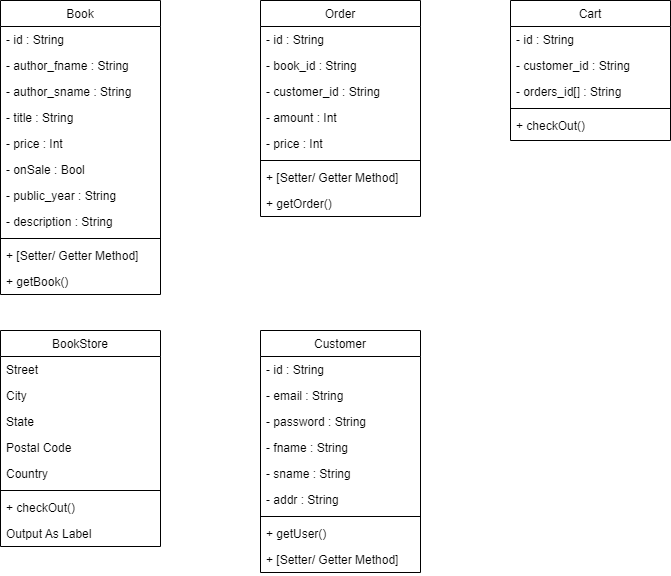
This is assignment-01/duke-bookstore-SAD.drawio.png from nnininnine/SAD-assignments, a draw.io export, as it was before one commit. Source tidied: cells renumbered, new cells last; positions are measured from the earlier drawing's top-left corner, leaving out a move shared by most shapes. The source it was exported from:
```xml
<mxGraphModel background="#ffffff">
  <root>
    <mxCell id="0" />
    <mxCell id="1" parent="0" />
    <mxCell id="2" value="Book" style="swimlane;fontStyle=0;align=center;verticalAlign=top;horizontal=1;startSize=26;rounded=0;shadow=0;strokeWidth=1;" parent="1" vertex="1">
      <mxGeometry width="160" height="294" as="geometry" />
    </mxCell>
    <mxCell id="3" value="- id : String" style="text;align=left;verticalAlign=top;spacingLeft=4;spacingRight=4;overflow=hidden;" parent="2" vertex="1">
      <mxGeometry y="26" width="160" height="26" as="geometry" />
    </mxCell>
    <mxCell id="4" value="- author_fname : String" style="text;align=left;verticalAlign=top;spacingLeft=4;spacingRight=4;overflow=hidden;rounded=0;shadow=0;html=0;" parent="2" vertex="1">
      <mxGeometry y="52" width="160" height="26" as="geometry" />
    </mxCell>
    <mxCell id="5" value="- author_sname : String" style="text;align=left;verticalAlign=top;spacingLeft=4;spacingRight=4;overflow=hidden;rounded=0;shadow=0;html=0;" parent="2" vertex="1">
      <mxGeometry y="78" width="160" height="26" as="geometry" />
    </mxCell>
    <mxCell id="6" value="- title : String" style="text;align=left;verticalAlign=top;spacingLeft=4;spacingRight=4;overflow=hidden;rounded=0;shadow=0;html=0;" parent="2" vertex="1">
      <mxGeometry y="104" width="160" height="26" as="geometry" />
    </mxCell>
    <mxCell id="7" value="- price : Int" style="text;align=left;verticalAlign=top;spacingLeft=4;spacingRight=4;overflow=hidden;rounded=0;shadow=0;html=0;" parent="2" vertex="1">
      <mxGeometry y="130" width="160" height="26" as="geometry" />
    </mxCell>
    <mxCell id="8" value="- onSale : Bool" style="text;align=left;verticalAlign=top;spacingLeft=4;spacingRight=4;overflow=hidden;rounded=0;shadow=0;html=0;" parent="2" vertex="1">
      <mxGeometry y="156" width="160" height="26" as="geometry" />
    </mxCell>
    <mxCell id="9" value="- public_year : String" style="text;align=left;verticalAlign=top;spacingLeft=4;spacingRight=4;overflow=hidden;rounded=0;shadow=0;html=0;" parent="2" vertex="1">
      <mxGeometry y="182" width="160" height="26" as="geometry" />
    </mxCell>
    <mxCell id="10" value="- description : String" style="text;align=left;verticalAlign=top;spacingLeft=4;spacingRight=4;overflow=hidden;rounded=0;shadow=0;html=0;" parent="2" vertex="1">
      <mxGeometry y="208" width="160" height="26" as="geometry" />
    </mxCell>
    <mxCell id="11" style="line;html=1;strokeWidth=1;align=left;verticalAlign=middle;spacingTop=-1;spacingLeft=3;spacingRight=3;labelPosition=right;" parent="2" vertex="1">
      <mxGeometry y="234" width="160" height="8" as="geometry" />
    </mxCell>
    <mxCell id="12" value="+ [Setter/ Getter Method]" style="text;align=left;verticalAlign=top;spacingLeft=4;spacingRight=4;overflow=hidden;" parent="2" vertex="1">
      <mxGeometry y="242" width="160" height="26" as="geometry" />
    </mxCell>
    <mxCell id="13" value="+ getBook()" style="text;align=left;verticalAlign=top;spacingLeft=4;spacingRight=4;overflow=hidden;" parent="2" vertex="1">
      <mxGeometry y="268" width="160" height="26" as="geometry" />
    </mxCell>
    <mxCell id="14" value="Cart" style="swimlane;fontStyle=0;align=center;verticalAlign=top;horizontal=1;startSize=26;rounded=0;shadow=0;strokeWidth=1;" parent="1" vertex="1">
      <mxGeometry x="510" width="160" height="140" as="geometry" />
    </mxCell>
    <mxCell id="15" value="- id : String" style="text;align=left;verticalAlign=top;spacingLeft=4;spacingRight=4;overflow=hidden;" parent="14" vertex="1">
      <mxGeometry y="26" width="160" height="26" as="geometry" />
    </mxCell>
    <mxCell id="16" value="- customer_id : String" style="text;align=left;verticalAlign=top;spacingLeft=4;spacingRight=4;overflow=hidden;rounded=0;shadow=0;html=0;" parent="14" vertex="1">
      <mxGeometry y="52" width="160" height="26" as="geometry" />
    </mxCell>
    <mxCell id="17" value="- orders_id[] : String" style="text;align=left;verticalAlign=top;spacingLeft=4;spacingRight=4;overflow=hidden;rounded=0;shadow=0;html=0;" parent="14" vertex="1">
      <mxGeometry y="78" width="160" height="26" as="geometry" />
    </mxCell>
    <mxCell id="18" style="line;html=1;strokeWidth=1;align=left;verticalAlign=middle;spacingTop=-1;spacingLeft=3;spacingRight=3;labelPosition=right;" parent="14" vertex="1">
      <mxGeometry y="104" width="160" height="8" as="geometry" />
    </mxCell>
    <mxCell id="19" value="+ checkOut()" style="text;align=left;verticalAlign=top;spacingLeft=4;spacingRight=4;overflow=hidden;" parent="14" vertex="1">
      <mxGeometry y="112" width="160" height="28" as="geometry" />
    </mxCell>
    <mxCell id="20" value="Order" style="swimlane;fontStyle=0;align=center;verticalAlign=top;horizontal=1;startSize=26;rounded=0;shadow=0;strokeWidth=1;" parent="1" vertex="1">
      <mxGeometry x="260" width="160" height="216" as="geometry" />
    </mxCell>
    <mxCell id="21" value="- id : String" style="text;align=left;verticalAlign=top;spacingLeft=4;spacingRight=4;overflow=hidden;" parent="20" vertex="1">
      <mxGeometry y="26" width="160" height="26" as="geometry" />
    </mxCell>
    <mxCell id="22" value="- book_id : String" style="text;align=left;verticalAlign=top;spacingLeft=4;spacingRight=4;overflow=hidden;rounded=0;shadow=0;html=0;" parent="20" vertex="1">
      <mxGeometry y="52" width="160" height="26" as="geometry" />
    </mxCell>
    <mxCell id="23" value="- customer_id : String" style="text;align=left;verticalAlign=top;spacingLeft=4;spacingRight=4;overflow=hidden;rounded=0;shadow=0;html=0;" parent="20" vertex="1">
      <mxGeometry y="78" width="160" height="26" as="geometry" />
    </mxCell>
    <mxCell id="24" value="- amount : Int" style="text;align=left;verticalAlign=top;spacingLeft=4;spacingRight=4;overflow=hidden;rounded=0;shadow=0;html=0;" parent="20" vertex="1">
      <mxGeometry y="104" width="160" height="26" as="geometry" />
    </mxCell>
    <mxCell id="25" value="- price : Int" style="text;align=left;verticalAlign=top;spacingLeft=4;spacingRight=4;overflow=hidden;rounded=0;shadow=0;html=0;" parent="20" vertex="1">
      <mxGeometry y="130" width="160" height="26" as="geometry" />
    </mxCell>
    <mxCell id="26" style="line;html=1;strokeWidth=1;align=left;verticalAlign=middle;spacingTop=-1;spacingLeft=3;spacingRight=3;labelPosition=right;" parent="20" vertex="1">
      <mxGeometry y="156" width="160" height="8" as="geometry" />
    </mxCell>
    <mxCell id="27" value="+ [Setter/ Getter Method]" style="text;align=left;verticalAlign=top;spacingLeft=4;spacingRight=4;overflow=hidden;rounded=0;shadow=0;html=0;" parent="20" vertex="1">
      <mxGeometry y="164" width="160" height="26" as="geometry" />
    </mxCell>
    <mxCell id="28" value="+ getOrder()" style="text;align=left;verticalAlign=top;spacingLeft=4;spacingRight=4;overflow=hidden;rounded=0;shadow=0;html=0;" parent="20" vertex="1">
      <mxGeometry y="190" width="160" height="26" as="geometry" />
    </mxCell>
    <mxCell id="29" value="BookStore" style="swimlane;fontStyle=0;align=center;verticalAlign=top;horizontal=1;startSize=26;rounded=0;shadow=0;strokeWidth=1;" parent="1" vertex="1">
      <mxGeometry y="330" width="160" height="216" as="geometry" />
    </mxCell>
    <mxCell id="30" value="Street" style="text;align=left;verticalAlign=top;spacingLeft=4;spacingRight=4;overflow=hidden;" parent="29" vertex="1">
      <mxGeometry y="26" width="160" height="26" as="geometry" />
    </mxCell>
    <mxCell id="31" value="City" style="text;align=left;verticalAlign=top;spacingLeft=4;spacingRight=4;overflow=hidden;rounded=0;shadow=0;html=0;" parent="29" vertex="1">
      <mxGeometry y="52" width="160" height="26" as="geometry" />
    </mxCell>
    <mxCell id="32" value="State" style="text;align=left;verticalAlign=top;spacingLeft=4;spacingRight=4;overflow=hidden;rounded=0;shadow=0;html=0;" parent="29" vertex="1">
      <mxGeometry y="78" width="160" height="26" as="geometry" />
    </mxCell>
    <mxCell id="33" value="Postal Code" style="text;align=left;verticalAlign=top;spacingLeft=4;spacingRight=4;overflow=hidden;rounded=0;shadow=0;html=0;" parent="29" vertex="1">
      <mxGeometry y="104" width="160" height="26" as="geometry" />
    </mxCell>
    <mxCell id="34" value="Country" style="text;align=left;verticalAlign=top;spacingLeft=4;spacingRight=4;overflow=hidden;rounded=0;shadow=0;html=0;" parent="29" vertex="1">
      <mxGeometry y="130" width="160" height="26" as="geometry" />
    </mxCell>
    <mxCell id="35" style="line;html=1;strokeWidth=1;align=left;verticalAlign=middle;spacingTop=-1;spacingLeft=3;spacingRight=3;labelPosition=right;" parent="29" vertex="1">
      <mxGeometry y="156" width="160" height="8" as="geometry" />
    </mxCell>
    <mxCell id="36" value="+ checkOut()" style="text;align=left;verticalAlign=top;spacingLeft=4;spacingRight=4;overflow=hidden;" parent="29" vertex="1">
      <mxGeometry y="164" width="160" height="26" as="geometry" />
    </mxCell>
    <mxCell id="37" value="Output As Label" style="text;align=left;verticalAlign=top;spacingLeft=4;spacingRight=4;overflow=hidden;" parent="29" vertex="1">
      <mxGeometry y="190" width="160" height="26" as="geometry" />
    </mxCell>
    <mxCell id="38" value="Customer" style="swimlane;fontStyle=0;align=center;verticalAlign=top;horizontal=1;startSize=26;rounded=0;shadow=0;strokeWidth=1;" parent="1" vertex="1">
      <mxGeometry x="260" y="330" width="160" height="242" as="geometry" />
    </mxCell>
    <mxCell id="39" value="- id : String" style="text;align=left;verticalAlign=top;spacingLeft=4;spacingRight=4;overflow=hidden;" parent="38" vertex="1">
      <mxGeometry y="26" width="160" height="26" as="geometry" />
    </mxCell>
    <mxCell id="40" value="- email : String" style="text;align=left;verticalAlign=top;spacingLeft=4;spacingRight=4;overflow=hidden;rounded=0;shadow=0;html=0;" parent="38" vertex="1">
      <mxGeometry y="52" width="160" height="26" as="geometry" />
    </mxCell>
    <mxCell id="41" value="- password : String" style="text;align=left;verticalAlign=top;spacingLeft=4;spacingRight=4;overflow=hidden;rounded=0;shadow=0;html=0;" parent="38" vertex="1">
      <mxGeometry y="78" width="160" height="26" as="geometry" />
    </mxCell>
    <mxCell id="42" value="- fname : String" style="text;align=left;verticalAlign=top;spacingLeft=4;spacingRight=4;overflow=hidden;rounded=0;shadow=0;html=0;" parent="38" vertex="1">
      <mxGeometry y="104" width="160" height="26" as="geometry" />
    </mxCell>
    <mxCell id="43" value="- sname : String" style="text;align=left;verticalAlign=top;spacingLeft=4;spacingRight=4;overflow=hidden;rounded=0;shadow=0;html=0;" parent="38" vertex="1">
      <mxGeometry y="130" width="160" height="26" as="geometry" />
    </mxCell>
    <mxCell id="44" value="- addr : String" style="text;align=left;verticalAlign=top;spacingLeft=4;spacingRight=4;overflow=hidden;rounded=0;shadow=0;html=0;" parent="38" vertex="1">
      <mxGeometry y="156" width="160" height="26" as="geometry" />
    </mxCell>
    <mxCell id="45" style="line;html=1;strokeWidth=1;align=left;verticalAlign=middle;spacingTop=-1;spacingLeft=3;spacingRight=3;labelPosition=right;" parent="38" vertex="1">
      <mxGeometry y="182" width="160" height="8" as="geometry" />
    </mxCell>
    <mxCell id="46" value="+ getUser()" style="text;align=left;verticalAlign=top;spacingLeft=4;spacingRight=4;overflow=hidden;" parent="38" vertex="1">
      <mxGeometry y="190" width="160" height="26" as="geometry" />
    </mxCell>
    <mxCell id="47" value="+ [Setter/ Getter Method]" style="text;align=left;verticalAlign=top;spacingLeft=4;spacingRight=4;overflow=hidden;" parent="38" vertex="1">
      <mxGeometry y="216" width="160" height="26" as="geometry" />
    </mxCell>
  </root>
</mxGraphModel>
```
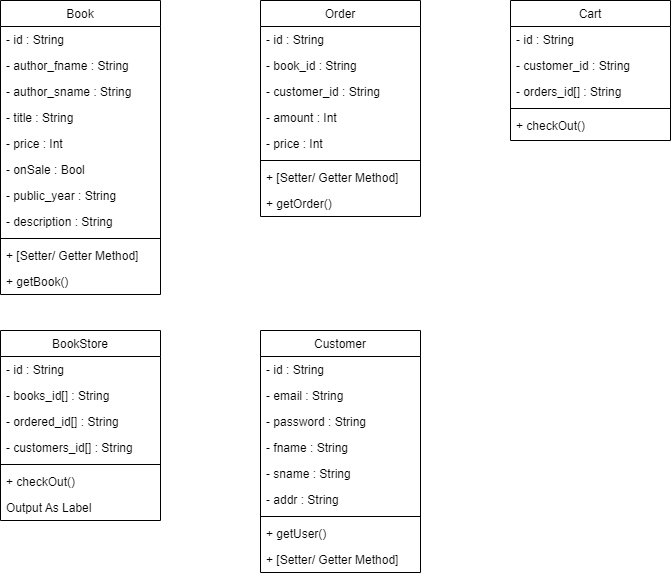
Later version of the same file.

Change to the diagram source:
```diff
@@ -84,31 +84,28 @@
       <mxGeometry y="190" width="160" height="26" as="geometry" />
     </mxCell>
     <mxCell id="29" value="BookStore" style="swimlane;fontStyle=0;align=center;verticalAlign=top;horizontal=1;startSize=26;rounded=0;shadow=0;strokeWidth=1;" parent="1" vertex="1">
-      <mxGeometry y="330" width="160" height="216" as="geometry" />
+      <mxGeometry y="330" width="160" height="190" as="geometry" />
     </mxCell>
-    <mxCell id="30" value="Street" style="text;align=left;verticalAlign=top;spacingLeft=4;spacingRight=4;overflow=hidden;" parent="29" vertex="1">
+    <mxCell id="30" value="- id : String" style="text;align=left;verticalAlign=top;spacingLeft=4;spacingRight=4;overflow=hidden;" parent="29" vertex="1">
       <mxGeometry y="26" width="160" height="26" as="geometry" />
     </mxCell>
-    <mxCell id="31" value="City" style="text;align=left;verticalAlign=top;spacingLeft=4;spacingRight=4;overflow=hidden;rounded=0;shadow=0;html=0;" parent="29" vertex="1">
+    <mxCell id="31" value="- books_id[] : String" style="text;align=left;verticalAlign=top;spacingLeft=4;spacingRight=4;overflow=hidden;rounded=0;shadow=0;html=0;" parent="29" vertex="1">
       <mxGeometry y="52" width="160" height="26" as="geometry" />
     </mxCell>
-    <mxCell id="32" value="State" style="text;align=left;verticalAlign=top;spacingLeft=4;spacingRight=4;overflow=hidden;rounded=0;shadow=0;html=0;" parent="29" vertex="1">
+    <mxCell id="32" value="- ordered_id[] : String" style="text;align=left;verticalAlign=top;spacingLeft=4;spacingRight=4;overflow=hidden;rounded=0;shadow=0;html=0;" parent="29" vertex="1">
       <mxGeometry y="78" width="160" height="26" as="geometry" />
     </mxCell>
-    <mxCell id="33" value="Postal Code" style="text;align=left;verticalAlign=top;spacingLeft=4;spacingRight=4;overflow=hidden;rounded=0;shadow=0;html=0;" parent="29" vertex="1">
+    <mxCell id="33" value="- customers_id[] : String" style="text;align=left;verticalAlign=top;spacingLeft=4;spacingRight=4;overflow=hidden;rounded=0;shadow=0;html=0;" parent="29" vertex="1">
       <mxGeometry y="104" width="160" height="26" as="geometry" />
     </mxCell>
-    <mxCell id="34" value="Country" style="text;align=left;verticalAlign=top;spacingLeft=4;spacingRight=4;overflow=hidden;rounded=0;shadow=0;html=0;" parent="29" vertex="1">
-      <mxGeometry y="130" width="160" height="26" as="geometry" />
-    </mxCell>
     <mxCell id="35" style="line;html=1;strokeWidth=1;align=left;verticalAlign=middle;spacingTop=-1;spacingLeft=3;spacingRight=3;labelPosition=right;" parent="29" vertex="1">
-      <mxGeometry y="156" width="160" height="8" as="geometry" />
+      <mxGeometry y="130" width="160" height="8" as="geometry" />
     </mxCell>
     <mxCell id="36" value="+ checkOut()" style="text;align=left;verticalAlign=top;spacingLeft=4;spacingRight=4;overflow=hidden;" parent="29" vertex="1">
-      <mxGeometry y="164" width="160" height="26" as="geometry" />
+      <mxGeometry y="138" width="160" height="26" as="geometry" />
     </mxCell>
     <mxCell id="37" value="Output As Label" style="text;align=left;verticalAlign=top;spacingLeft=4;spacingRight=4;overflow=hidden;" parent="29" vertex="1">
-      <mxGeometry y="190" width="160" height="26" as="geometry" />
+      <mxGeometry y="164" width="160" height="26" as="geometry" />
     </mxCell>
     <mxCell id="38" value="Customer" style="swimlane;fontStyle=0;align=center;verticalAlign=top;horizontal=1;startSize=26;rounded=0;shadow=0;strokeWidth=1;" parent="1" vertex="1">
       <mxGeometry x="260" y="330" width="160" height="242" as="geometry" />
```
